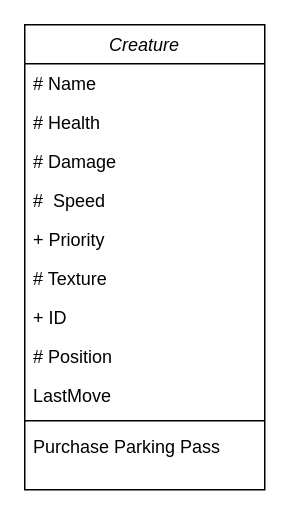
Before: classdiagram.drawio in CaptainDrewBoy/CaptainDrewBoy, a draw.io diagram. Source tidied: cells renumbered, new cells numbered last; positions are measured from the earlier drawing's top-left corner, leaving out a move shared by most shapes. Both pictures are drawn from the tidied source at 150%, with x=0, y=0 at pixel (24, 24).
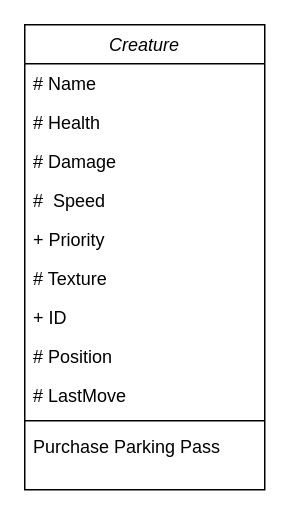
Above is the later version.

What changed in the source:
```diff
@@
 <mxGraphModel>
   <root>
     <mxCell id="0" />
     <mxCell id="1" parent="0" />
     <mxCell id="2" value="Creature" style="swimlane;fontStyle=2;align=center;verticalAlign=top;horizontal=1;startSize=26;rounded=0;shadow=0;strokeWidth=1;" parent="1" vertex="1">
       <mxGeometry width="160" height="310" as="geometry" />
     </mxCell>
     <mxCell id="3" value="# Name" style="text;align=left;verticalAlign=top;spacingLeft=4;spacingRight=4;overflow=hidden;" parent="2" vertex="1">
       <mxGeometry y="26" width="160" height="26" as="geometry" />
     </mxCell>
     <mxCell id="4" value="# Health" style="text;align=left;verticalAlign=top;spacingLeft=4;spacingRight=4;overflow=hidden;rounded=0;shadow=0;html=0;" parent="2" vertex="1">
       <mxGeometry y="52" width="160" height="26" as="geometry" />
     </mxCell>
     <mxCell id="5" value="# Damage" style="text;align=left;verticalAlign=top;spacingLeft=4;spacingRight=4;overflow=hidden;rounded=0;shadow=0;html=0;" parent="2" vertex="1">
       <mxGeometry y="78" width="160" height="26" as="geometry" />
     </mxCell>
     <mxCell id="6" value="#  Speed" style="text;align=left;verticalAlign=top;spacingLeft=4;spacingRight=4;overflow=hidden;rounded=0;shadow=0;html=0;" parent="2" vertex="1">
       <mxGeometry y="104" width="160" height="26" as="geometry" />
     </mxCell>
     <mxCell id="7" value="+ Priority" style="text;align=left;verticalAlign=top;spacingLeft=4;spacingRight=4;overflow=hidden;rounded=0;shadow=0;html=0;" parent="2" vertex="1">
       <mxGeometry y="130" width="160" height="26" as="geometry" />
     </mxCell>
     <mxCell id="8" value="# Texture" style="text;align=left;verticalAlign=top;spacingLeft=4;spacingRight=4;overflow=hidden;rounded=0;shadow=0;html=0;" parent="2" vertex="1">
       <mxGeometry y="156" width="160" height="26" as="geometry" />
     </mxCell>
     <mxCell id="9" value="+ ID" style="text;align=left;verticalAlign=top;spacingLeft=4;spacingRight=4;overflow=hidden;rounded=0;shadow=0;html=0;" parent="2" vertex="1">
       <mxGeometry y="182" width="160" height="26" as="geometry" />
     </mxCell>
     <mxCell id="10" value="# Position" style="text;align=left;verticalAlign=top;spacingLeft=4;spacingRight=4;overflow=hidden;rounded=0;shadow=0;html=0;" parent="2" vertex="1">
       <mxGeometry y="208" width="160" height="26" as="geometry" />
     </mxCell>
-    <mxCell id="11" value="LastMove" style="text;align=left;verticalAlign=top;spacingLeft=4;spacingRight=4;overflow=hidden;rounded=0;shadow=0;html=0;" parent="2" vertex="1">
+    <mxCell id="11" value="# LastMove" style="text;align=left;verticalAlign=top;spacingLeft=4;spacingRight=4;overflow=hidden;rounded=0;shadow=0;html=0;" parent="2" vertex="1">
       <mxGeometry y="234" width="160" height="26" as="geometry" />
     </mxCell>
     <mxCell id="12" style="line;html=1;strokeWidth=1;align=left;verticalAlign=middle;spacingTop=-1;spacingLeft=3;spacingRight=3;labelPosition=right;" parent="2" vertex="1">
       <mxGeometry y="260" width="160" height="8" as="geometry" />
     </mxCell>
     <mxCell id="13" value="Purchase Parking Pass" style="text;align=left;verticalAlign=top;spacingLeft=4;spacingRight=4;overflow=hidden;" parent="2" vertex="1">
       <mxGeometry y="268" width="160" height="42" as="geometry" />
     </mxCell>
   </root>
 </mxGraphModel>
```
